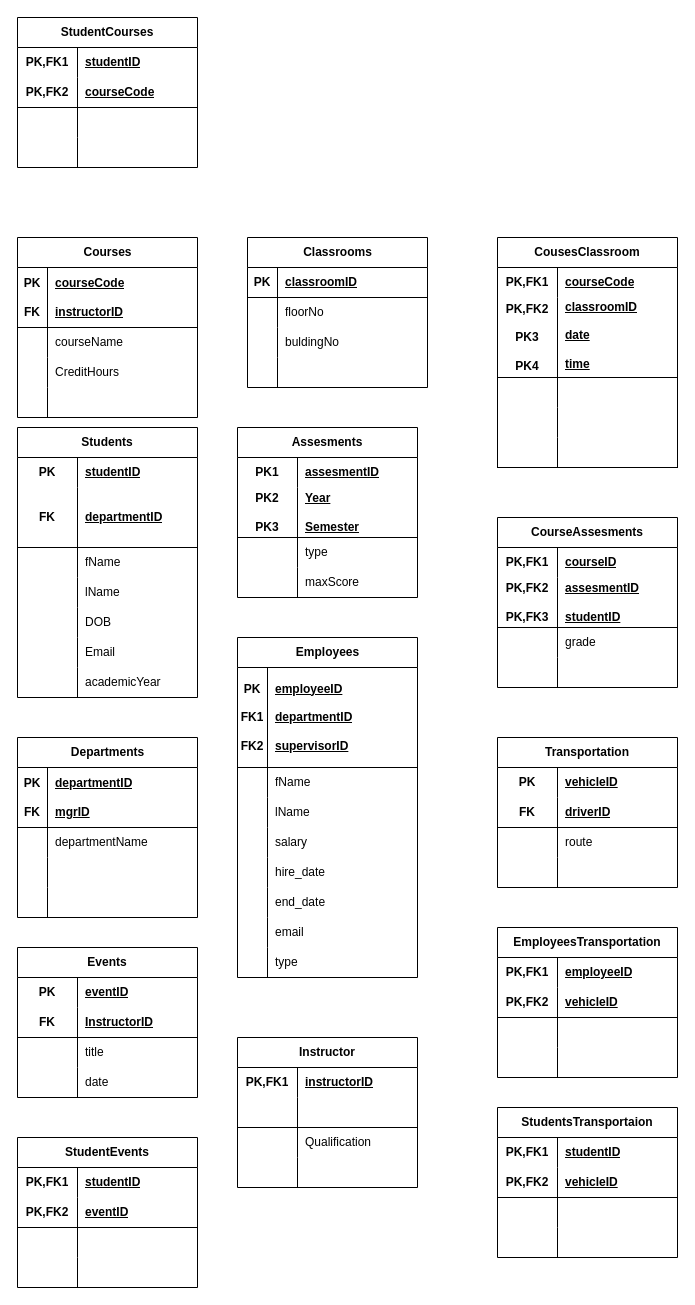
Above: FacultyMapping.drawio in seiffmohamedd/University_DBMS (draw.io), before the change. Source tidied: cells renumbered, new cells numbered last; positions are measured from the earlier drawing's top-left corner, leaving out a move shared by most shapes. Both pictures are drawn from the tidied source at 100%, with x=0, y=0 at pixel (17, 17).
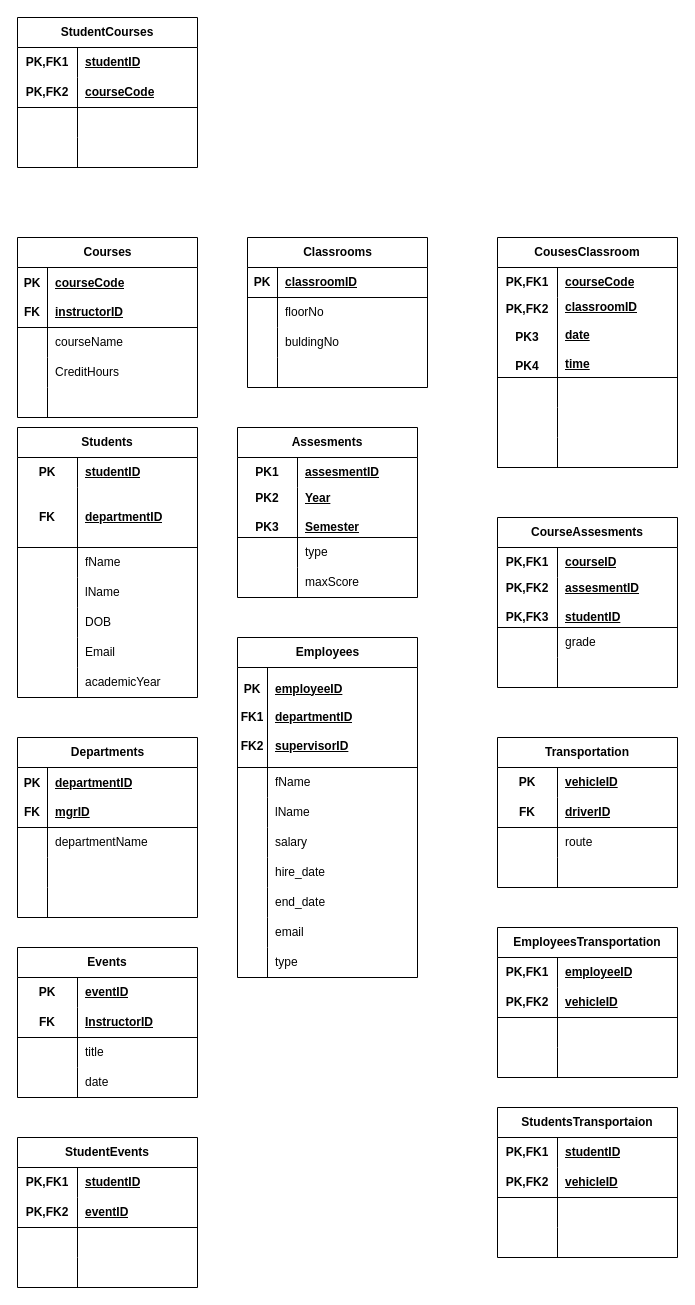
After the change.

Commit message (it also covers changes not shown here):
ERD , Mapping Finished , SQL Scripts Created Tables , Insertion of sample data in progress

What changed in the source:
```diff
@@
-    <mxCell id="208" value="Instructor" style="shape=table;startSize=30;childLayout=tableLayout;rowLines=0;fontStyle=1;align=center;html=1;whiteSpace=wrap;" parent="1" vertex="1">
-      <mxGeometry x="220" y="1020" width="180" height="150" as="geometry" />
-    </mxCell>
-    <mxCell id="209" style="shape=tableRow;horizontal=0;startSize=0;swimlaneHead=0;swimlaneBody=0;fillColor=none;top=0;left=0;right=0;bottom=0;html=1;" parent="208" vertex="1">
-      <mxGeometry y="30" width="180" height="30" as="geometry" />
-    </mxCell>
-    <mxCell id="210" value="PK,FK1" style="shape=partialRectangle;fillColor=none;top=0;left=0;bottom=0;right=0;fontStyle=1;overflow=hidden;html=1;whiteSpace=wrap;" parent="209" vertex="1">
-      <mxGeometry width="60" height="30" as="geometry" />
-    </mxCell>
-    <mxCell id="211" value="instructorID" style="shape=partialRectangle;fillColor=none;top=0;left=0;bottom=0;right=0;align=left;spacingLeft=6;fontStyle=5;overflow=hidden;html=1;whiteSpace=wrap;" parent="209" vertex="1">
-      <mxGeometry x="60" width="120" height="30" as="geometry" />
-    </mxCell>
-    <mxCell id="212" style="shape=tableRow;horizontal=0;startSize=0;swimlaneHead=0;swimlaneBody=0;fillColor=none;top=0;left=0;right=0;bottom=1;html=1;" parent="208" vertex="1">
-      <mxGeometry y="60" width="180" height="30" as="geometry" />
-    </mxCell>
-    <mxCell id="213" style="shape=partialRectangle;fillColor=none;top=0;left=0;bottom=0;right=0;fontStyle=1;overflow=hidden;html=1;whiteSpace=wrap;" parent="212" vertex="1">
-      <mxGeometry width="60" height="30" as="geometry" />
-    </mxCell>
-    <mxCell id="214" style="shape=partialRectangle;fillColor=none;top=0;left=0;bottom=0;right=0;align=left;spacingLeft=6;fontStyle=5;overflow=hidden;html=1;whiteSpace=wrap;" parent="212" vertex="1">
-      <mxGeometry x="60" width="120" height="30" as="geometry" />
-    </mxCell>
-    <mxCell id="215" style="shape=tableRow;horizontal=0;startSize=0;swimlaneHead=0;swimlaneBody=0;fillColor=none;top=0;left=0;right=0;bottom=0;html=1;" parent="208" vertex="1">
-      <mxGeometry y="90" width="180" height="30" as="geometry" />
-    </mxCell>
-    <mxCell id="216" style="shape=partialRectangle;fillColor=none;top=0;left=0;bottom=0;right=0;overflow=hidden;html=1;whiteSpace=wrap;" parent="215" vertex="1">
-      <mxGeometry width="60" height="30" as="geometry" />
-    </mxCell>
-    <mxCell id="217" value="Qualification" style="shape=partialRectangle;fillColor=none;top=0;left=0;bottom=0;right=0;align=left;spacingLeft=6;overflow=hidden;html=1;whiteSpace=wrap;" parent="215" vertex="1">
-      <mxGeometry x="60" width="120" height="30" as="geometry" />
-    </mxCell>
-    <mxCell id="218" style="shape=tableRow;horizontal=0;startSize=0;swimlaneHead=0;swimlaneBody=0;fillColor=none;top=0;left=0;right=0;bottom=0;html=1;" parent="208" vertex="1">
-      <mxGeometry y="120" width="180" height="30" as="geometry" />
-    </mxCell>
-    <mxCell id="219" style="shape=partialRectangle;fillColor=none;top=0;left=0;bottom=0;right=0;overflow=hidden;html=1;whiteSpace=wrap;" parent="218" vertex="1">
-      <mxGeometry width="60" height="30" as="geometry" />
-    </mxCell>
-    <mxCell id="220" style="shape=partialRectangle;fillColor=none;top=0;left=0;bottom=0;right=0;align=left;spacingLeft=6;overflow=hidden;html=1;whiteSpace=wrap;" parent="218" vertex="1">
-      <mxGeometry x="60" width="120" height="30" as="geometry" />
-    </mxCell>
```
